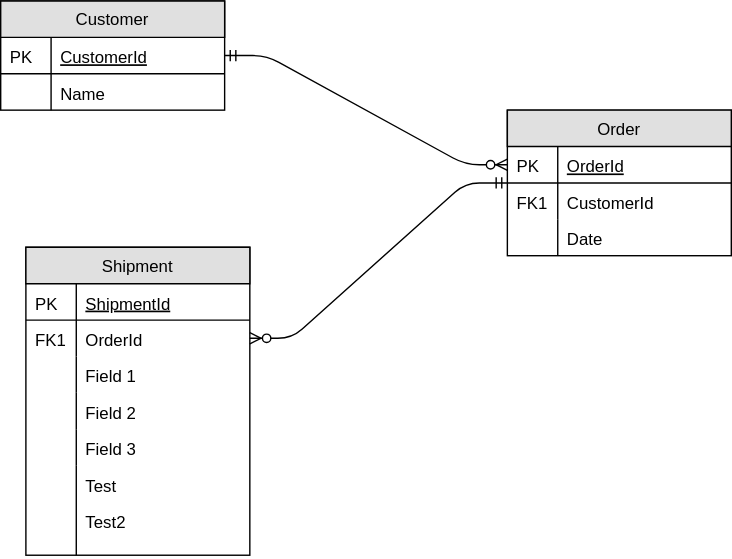
Earlier version of the draw.io export images/schema.svg (alderg/sandbox). Source tidied: cells renumbered, new cells last; positions are measured from the earlier drawing's top-left corner, leaving out a move shared by most shapes.
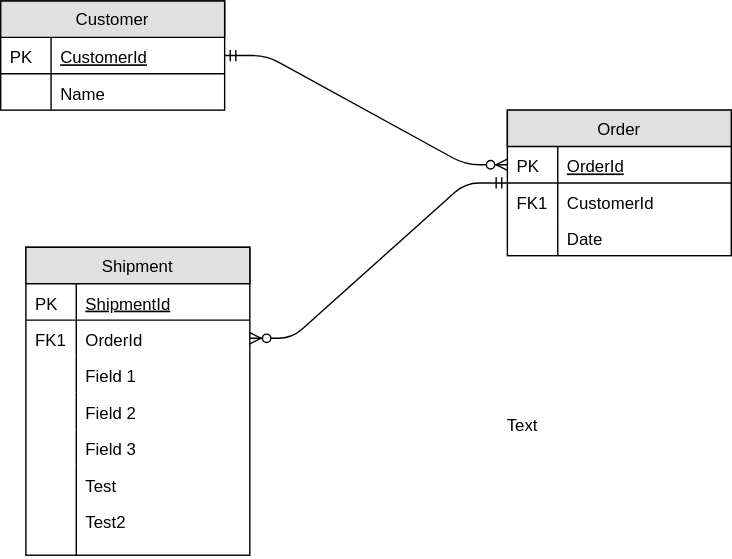
The same file after the commit.

What changed in the source:
```diff
@@ -89,5 +89,8 @@
     <mxCell id="30" style="edgeStyle=entityRelationEdgeStyle;endArrow=ERzeroToMany;startArrow=ERmandOne;shadow=0;strokeWidth=1;" parent="1" edge="1" source="7" target="18">
       <mxGeometry relative="1" as="geometry" />
     </mxCell>
+    <mxCell id="31" value="Text" style="text;html=1;strokeColor=none;fillColor=none;align=center;verticalAlign=middle;whiteSpace=wrap;" parent="1" vertex="1">
+      <mxGeometry x="352" y="293" width="40" height="20" as="geometry" />
+    </mxCell>
   </root>
 </mxGraphModel>
```
